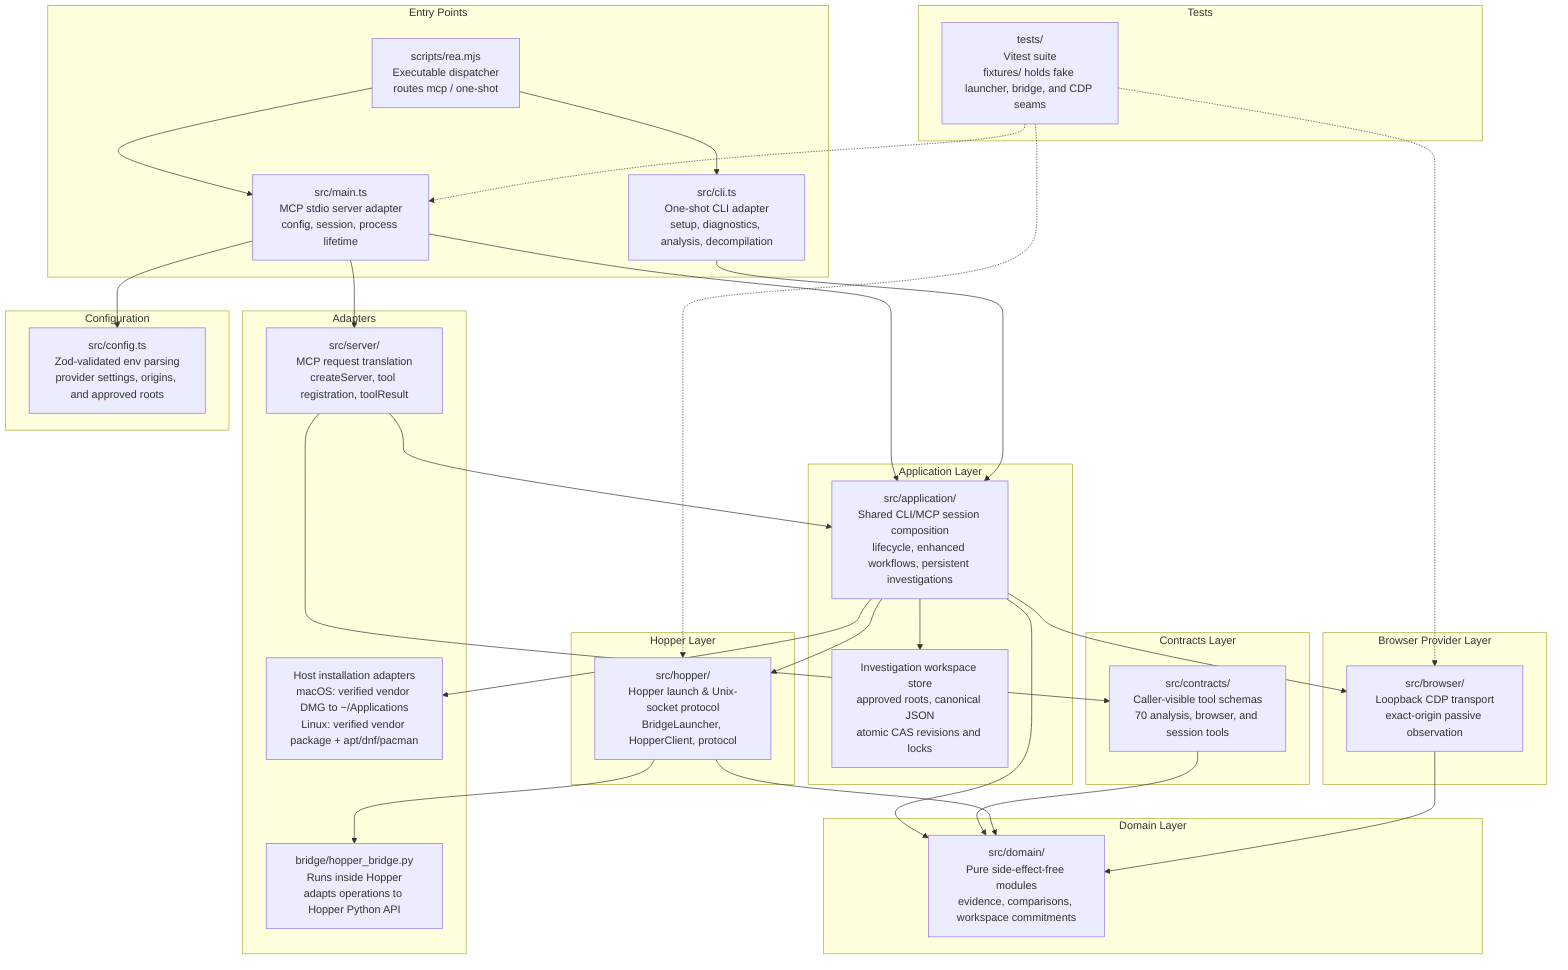
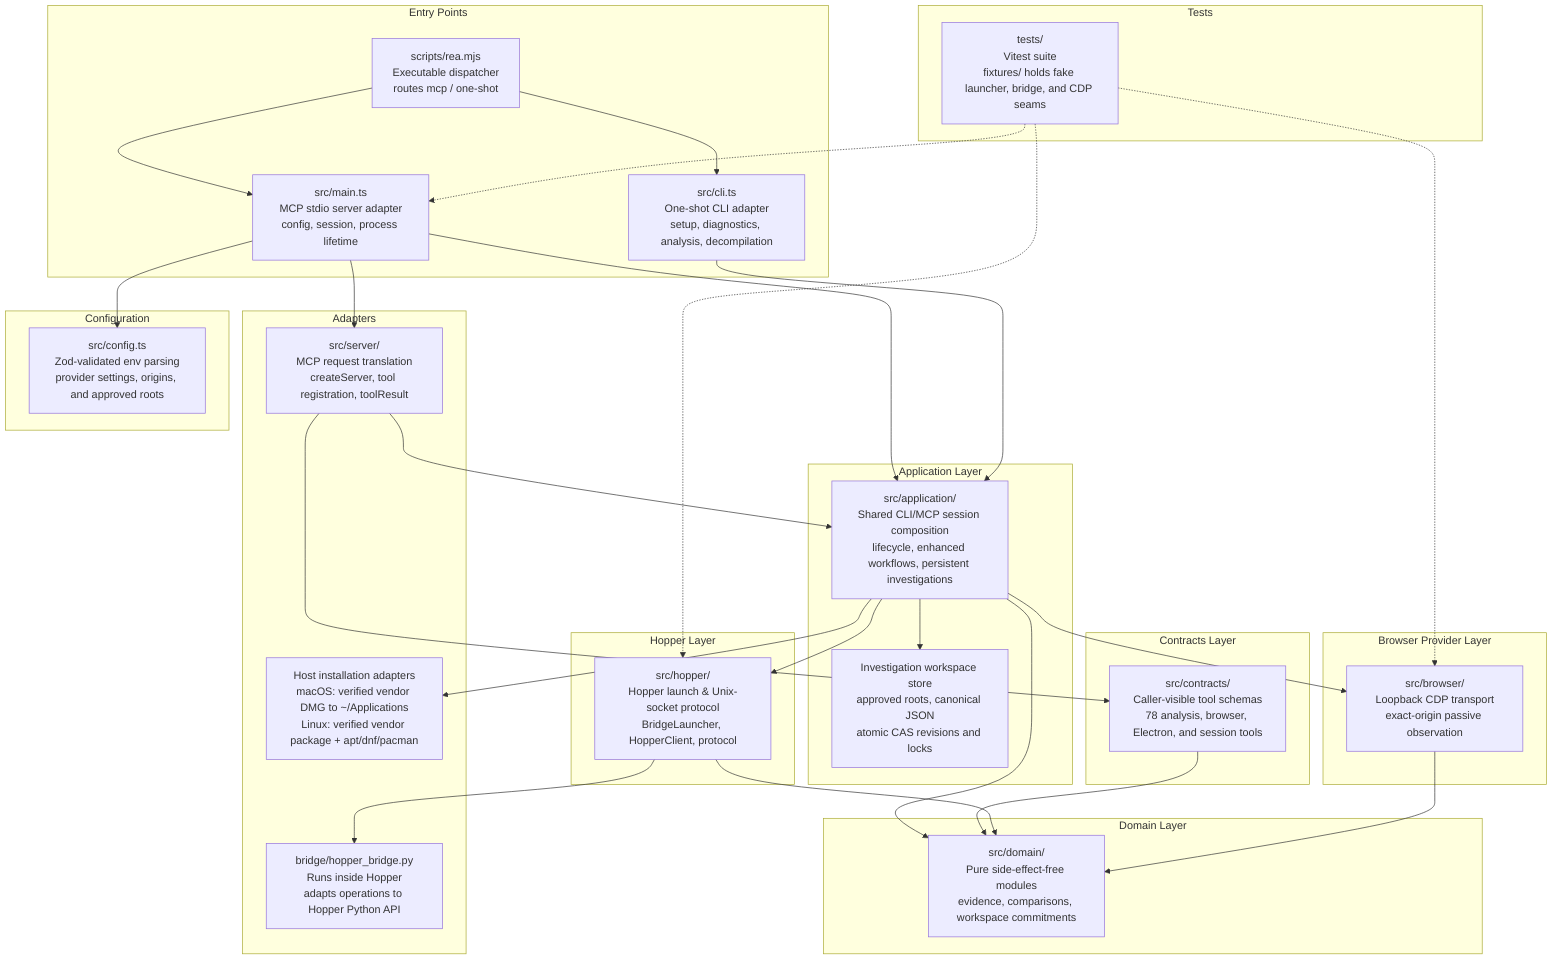
graph TD
    subgraph "Entry Points"
        CLI["src/cli.ts<br/>One-shot CLI adapter<br/>setup, diagnostics, analysis, decompilation"]
        MAIN["src/main.ts<br/>MCP stdio server adapter<br/>config, session, process lifetime"]
        DISPATCH["scripts/rea.mjs<br/>Executable dispatcher<br/>routes mcp / one-shot"]
    end

    subgraph "Adapters"
        SERVER["src/server/<br/>MCP request translation<br/>createServer, tool registration, toolResult"]
        BRIDGE["bridge/hopper_bridge.py<br/>Runs inside Hopper<br/>adapts operations to Hopper Python API"]
        INSTALL["Host installation adapters<br/>macOS: verified vendor DMG to ~/Applications<br/>Linux: verified vendor package + apt/dnf/pacman"]
    end

    subgraph "Application Layer"
        APP["src/application/<br/>Shared CLI/MCP session composition<br/>lifecycle, enhanced workflows, persistent investigations"]
        WORKSPACE["Investigation workspace store<br/>approved roots, canonical JSON<br/>atomic CAS revisions and locks"]
    end

    subgraph "Hopper Layer"
        HOPPER["src/hopper/<br/>Hopper launch & Unix-socket protocol<br/>BridgeLauncher, HopperClient, protocol"]
    end

    subgraph "Browser Provider Layer"
        BROWSER["src/browser/<br/>Loopback CDP transport<br/>exact-origin passive observation"]
    end

    subgraph "Contracts Layer"
-         CONTRACTS["src/contracts/<br/>Caller-visible tool schemas<br/>70 analysis, browser, and session tools"]
+         CONTRACTS["src/contracts/<br/>Caller-visible tool schemas<br/>78 analysis, browser, Electron, and session tools"]
    end

    subgraph "Domain Layer"
        DOMAIN["src/domain/<br/>Pure side-effect-free modules<br/>evidence, comparisons, workspace commitments"]
    end

    subgraph "Configuration"
        CONFIG["src/config.ts<br/>Zod-validated env parsing<br/>provider settings, origins, and approved roots"]
    end

    subgraph "Tests"
        TESTS["tests/<br/>Vitest suite<br/>fixtures/ holds fake launcher, bridge, and CDP seams"]
    end

    DISPATCH --> CLI
    DISPATCH --> MAIN
    MAIN --> CONFIG
    MAIN --> SERVER
    MAIN --> APP
    CLI --> APP
    APP --> WORKSPACE
    APP --> INSTALL
    SERVER --> CONTRACTS
    SERVER --> APP
    APP --> HOPPER
    APP --> BROWSER
    HOPPER --> BRIDGE
    APP --> DOMAIN
    CONTRACTS --> DOMAIN
    HOPPER --> DOMAIN
    BROWSER --> DOMAIN
    TESTS -.-> MAIN
    TESTS -.-> HOPPER
    TESTS -.-> BROWSER
